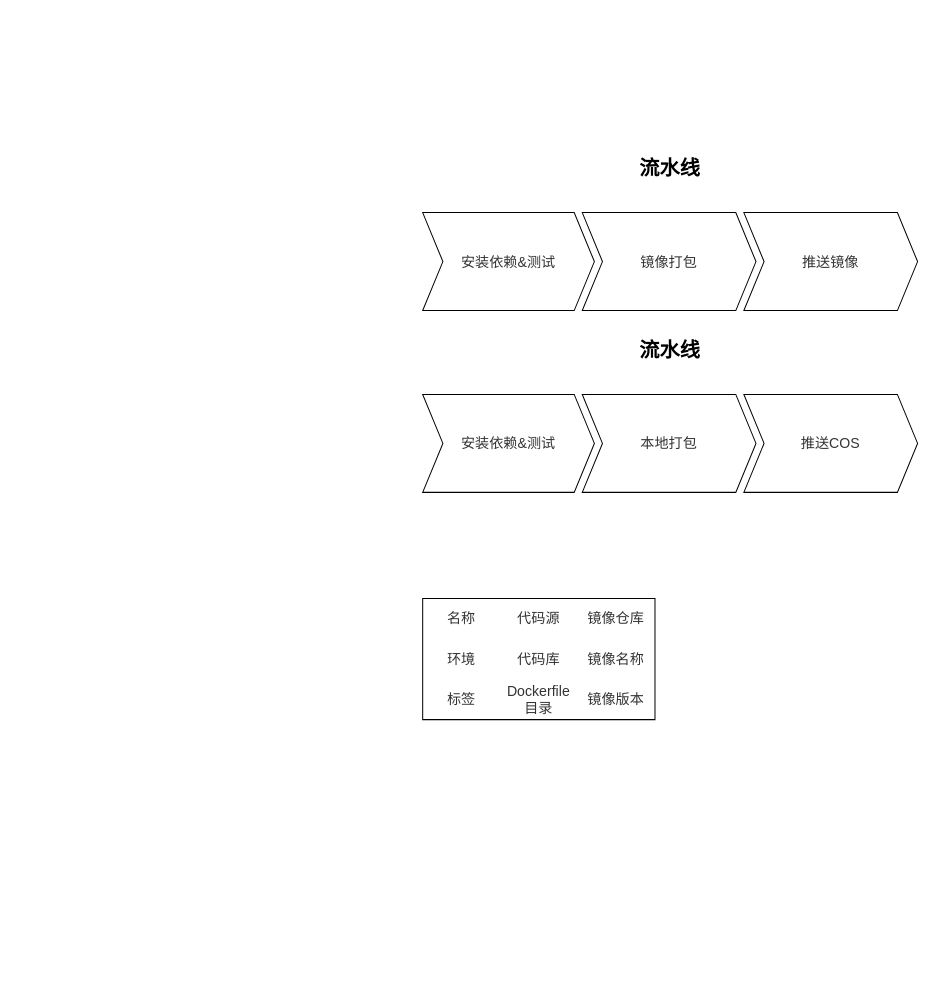
Earlier version of the draw.io diagram pipeline.drawio (1226151667/draw). Source tidied: cells renumbered, new cells numbered last; positions are measured from the earlier drawing's top-left corner, leaving out a move shared by most shapes. Both pictures are drawn from the tidied source at 101%, with x=0, y=0 at pixel (412, 179).
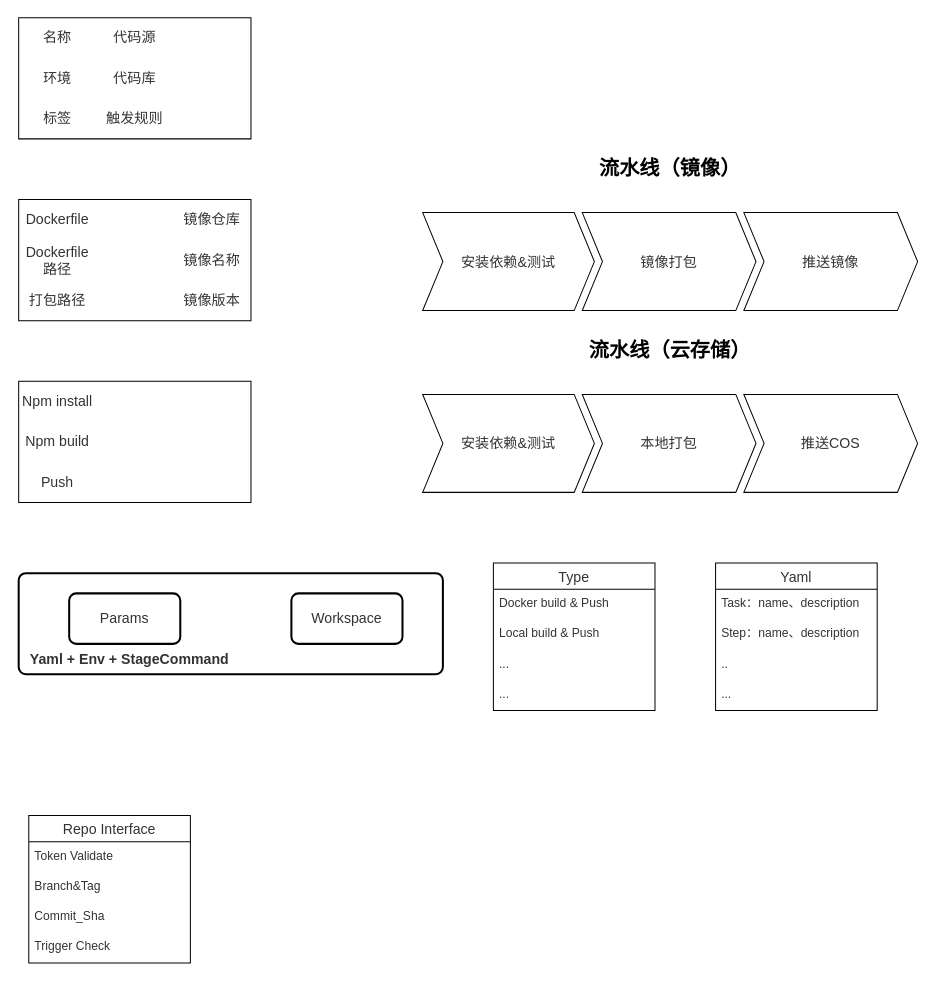
After the change.

Unchanged cells that the change refers to:
```xml
<mxCell id="7" style="shape=tableRow;horizontal=0;startSize=0;swimlaneHead=0;swimlaneBody=0;top=0;left=0;bottom=0;right=0;fillColor=none;strokeWidth=1;fontSize=14;fontColor=#333333;" parent="6" vertex="1">
  <mxGeometry width="230" height="40" as="geometry" />
</mxCell>
<mxCell id="11" style="shape=tableRow;horizontal=0;startSize=0;swimlaneHead=0;swimlaneBody=0;top=0;left=0;bottom=0;right=0;fillColor=none;strokeWidth=1;fontSize=14;fontColor=#333333;" parent="6" vertex="1">
  <mxGeometry y="40" width="230" height="40" as="geometry" />
</mxCell>
<mxCell id="15" style="shape=tableRow;horizontal=0;startSize=0;swimlaneHead=0;swimlaneBody=0;top=0;left=0;bottom=0;right=0;fillColor=none;strokeWidth=1;fontSize=14;fontColor=#333333;" parent="6" vertex="1">
  <mxGeometry y="80" width="230" height="40" as="geometry" />
</mxCell>
```

Diff of the diagram source:
```diff
@@
-    <mxCell id="2" value="&lt;font style=&quot;font-size: 20px;&quot;&gt;流水线&lt;br&gt;&lt;br&gt;&lt;br&gt;&lt;/font&gt;" style="swimlane;horizontal=1;fillColor=none;strokeColor=none;stackBorder=10;align=center;fontColor=#000000;whiteSpace=wrap;html=1;strokeWidth=1;fontSize=14;" parent="1" vertex="1">
+    <mxCell id="2" value="&lt;font style=&quot;font-size: 20px;&quot;&gt;流水线（镜像）&lt;br&gt;&lt;br&gt;&lt;br&gt;&lt;/font&gt;" style="swimlane;horizontal=1;fillColor=none;strokeColor=none;stackBorder=10;align=center;fontColor=#000000;whiteSpace=wrap;html=1;strokeWidth=1;fontSize=14;" parent="1" vertex="1">
       <mxGeometry width="510" height="140" as="geometry" />
     </mxCell>
@@
     <mxCell id="6" style="shape=table;html=1;whiteSpace=wrap;startSize=0;childLayout=tableLayout;columnLines=0;rowLines=0;strokeWidth=1;fontSize=14;fontColor=#333333;" parent="1" vertex="1">
-      <mxGeometry x="10" y="415" width="230" height="120" as="geometry" />
+      <mxGeometry x="-390" y="-160" width="230" height="120" as="geometry" />
     </mxCell>
@@
-    <mxCell id="10" value="镜像仓库" style="shape=partialRectangle;html=1;whiteSpace=wrap;fillColor=none;top=0;left=0;bottom=0;right=0;overflow=hidden;fontSize=14;strokeWidth=1;fontColor=#333333;" parent="7" vertex="1">
+    <mxCell id="10" style="shape=partialRectangle;html=1;whiteSpace=wrap;fillColor=none;top=0;left=0;bottom=0;right=0;overflow=hidden;fontSize=14;strokeWidth=1;fontColor=#333333;" parent="7" vertex="1">
       <mxGeometry x="153" width="77" height="40" as="geometry" />
     </mxCell>
@@
-    <mxCell id="14" value="镜像名称" style="shape=partialRectangle;html=1;whiteSpace=wrap;fillColor=none;top=0;left=0;bottom=0;right=0;overflow=hidden;fontSize=14;strokeWidth=1;fontColor=#333333;" parent="11" vertex="1">
+    <mxCell id="14" style="shape=partialRectangle;html=1;whiteSpace=wrap;fillColor=none;top=0;left=0;bottom=0;right=0;overflow=hidden;fontSize=14;strokeWidth=1;fontColor=#333333;" parent="11" vertex="1">
       <mxGeometry x="153" width="77" height="40" as="geometry" />
     </mxCell>
@@
-    <mxCell id="17" value="Dockerfile目录" style="shape=partialRectangle;html=1;whiteSpace=wrap;fillColor=none;top=0;left=0;bottom=0;right=0;overflow=hidden;fontSize=14;strokeWidth=1;fontColor=#333333;" parent="15" vertex="1">
+    <mxCell id="17" value="触发规则" style="shape=partialRectangle;html=1;whiteSpace=wrap;fillColor=none;top=0;left=0;bottom=0;right=0;overflow=hidden;fontSize=14;strokeWidth=1;fontColor=#333333;" parent="15" vertex="1">
       <mxGeometry x="77" width="76" height="40" as="geometry" />
     </mxCell>
-    <mxCell id="18" value="镜像版本" style="shape=partialRectangle;html=1;whiteSpace=wrap;fillColor=none;top=0;left=0;bottom=0;right=0;overflow=hidden;fontSize=14;strokeWidth=1;fontColor=#333333;" parent="15" vertex="1">
+    <mxCell id="18" style="shape=partialRectangle;html=1;whiteSpace=wrap;fillColor=none;top=0;left=0;bottom=0;right=0;overflow=hidden;fontSize=14;strokeWidth=1;fontColor=#333333;" parent="15" vertex="1">
       <mxGeometry x="153" width="77" height="40" as="geometry" />
     </mxCell>
-    <mxCell id="19" value="&lt;font style=&quot;font-size: 20px;&quot;&gt;流水线&lt;br&gt;&lt;br&gt;&lt;br&gt;&lt;/font&gt;" style="swimlane;horizontal=1;fillColor=none;strokeColor=none;stackBorder=10;align=center;fontColor=#000000;whiteSpace=wrap;html=1;strokeWidth=1;fontSize=14;" parent="1" vertex="1">
+    <mxCell id="19" value="&lt;font style=&quot;font-size: 20px;&quot;&gt;流水线（云存储）&lt;br&gt;&lt;br&gt;&lt;br&gt;&lt;/font&gt;" style="swimlane;horizontal=1;fillColor=none;strokeColor=none;stackBorder=10;align=center;fontColor=#000000;whiteSpace=wrap;html=1;strokeWidth=1;fontSize=14;" parent="1" vertex="1">
       <mxGeometry y="180" width="510" height="140" as="geometry" />
     </mxCell>
@@
+    <mxCell id="23" style="shape=table;html=1;whiteSpace=wrap;startSize=0;childLayout=tableLayout;columnLines=0;rowLines=0;strokeWidth=1;fontSize=14;fontColor=#333333;" parent="1" vertex="1">
+      <mxGeometry x="-390" y="20" width="230" height="120" as="geometry" />
+    </mxCell>
+    <mxCell id="24" style="shape=tableRow;horizontal=0;startSize=0;swimlaneHead=0;swimlaneBody=0;top=0;left=0;bottom=0;right=0;fillColor=none;strokeWidth=1;fontSize=14;fontColor=#333333;" parent="23" vertex="1">
+      <mxGeometry width="230" height="40" as="geometry" />
+    </mxCell>
+    <mxCell id="25" value="Dockerfile" style="shape=partialRectangle;html=1;whiteSpace=wrap;fillColor=none;top=0;left=0;bottom=0;right=0;overflow=hidden;fontSize=14;strokeWidth=1;fontColor=#333333;" parent="24" vertex="1">
+      <mxGeometry width="77" height="40" as="geometry" />
+    </mxCell>
+    <mxCell id="26" style="shape=partialRectangle;html=1;whiteSpace=wrap;fillColor=none;top=0;left=0;bottom=0;right=0;overflow=hidden;fontSize=14;strokeWidth=1;fontColor=#333333;" parent="24" vertex="1">
+      <mxGeometry x="77" width="76" height="40" as="geometry" />
+    </mxCell>
+    <mxCell id="27" value="镜像仓库" style="shape=partialRectangle;html=1;whiteSpace=wrap;fillColor=none;top=0;left=0;bottom=0;right=0;overflow=hidden;fontSize=14;strokeWidth=1;fontColor=#333333;" parent="24" vertex="1">
+      <mxGeometry x="153" width="77" height="40" as="geometry" />
+    </mxCell>
+    <mxCell id="28" style="shape=tableRow;horizontal=0;startSize=0;swimlaneHead=0;swimlaneBody=0;top=0;left=0;bottom=0;right=0;fillColor=none;strokeWidth=1;fontSize=14;fontColor=#333333;" parent="23" vertex="1">
+      <mxGeometry y="40" width="230" height="40" as="geometry" />
+    </mxCell>
+    <mxCell id="29" value="Dockerfile路径" style="shape=partialRectangle;html=1;whiteSpace=wrap;fillColor=none;top=0;left=0;bottom=0;right=0;overflow=hidden;fontSize=14;strokeWidth=1;fontColor=#333333;" parent="28" vertex="1">
+      <mxGeometry width="77" height="40" as="geometry" />
+    </mxCell>
+    <mxCell id="30" style="shape=partialRectangle;html=1;whiteSpace=wrap;fillColor=none;top=0;left=0;bottom=0;right=0;overflow=hidden;fontSize=14;strokeWidth=1;fontColor=#333333;" parent="28" vertex="1">
+      <mxGeometry x="77" width="76" height="40" as="geometry" />
+    </mxCell>
+    <mxCell id="31" value="镜像名称" style="shape=partialRectangle;html=1;whiteSpace=wrap;fillColor=none;top=0;left=0;bottom=0;right=0;overflow=hidden;fontSize=14;strokeWidth=1;fontColor=#333333;" parent="28" vertex="1">
+      <mxGeometry x="153" width="77" height="40" as="geometry" />
+    </mxCell>
+    <mxCell id="32" style="shape=tableRow;horizontal=0;startSize=0;swimlaneHead=0;swimlaneBody=0;top=0;left=0;bottom=0;right=0;fillColor=none;strokeWidth=1;fontSize=14;fontColor=#333333;" parent="23" vertex="1">
+      <mxGeometry y="80" width="230" height="40" as="geometry" />
+    </mxCell>
+    <mxCell id="33" value="打包路径" style="shape=partialRectangle;html=1;whiteSpace=wrap;fillColor=none;top=0;left=0;bottom=0;right=0;overflow=hidden;fontSize=14;strokeWidth=1;fontColor=#333333;" parent="32" vertex="1">
+      <mxGeometry width="77" height="40" as="geometry" />
+    </mxCell>
+    <mxCell id="34" style="shape=partialRectangle;html=1;whiteSpace=wrap;fillColor=none;top=0;left=0;bottom=0;right=0;overflow=hidden;fontSize=14;strokeWidth=1;fontColor=#333333;" parent="32" vertex="1">
+      <mxGeometry x="77" width="76" height="40" as="geometry" />
+    </mxCell>
+    <mxCell id="35" value="镜像版本" style="shape=partialRectangle;html=1;whiteSpace=wrap;fillColor=none;top=0;left=0;bottom=0;right=0;overflow=hidden;fontSize=14;strokeWidth=1;fontColor=#333333;" parent="32" vertex="1">
+      <mxGeometry x="153" width="77" height="40" as="geometry" />
+    </mxCell>
+    <mxCell id="36" style="shape=table;html=1;whiteSpace=wrap;startSize=0;childLayout=tableLayout;columnLines=0;rowLines=0;strokeWidth=1;fontSize=14;fontColor=#333333;" parent="1" vertex="1">
+      <mxGeometry x="-390" y="200" width="230" height="120" as="geometry" />
+    </mxCell>
+    <mxCell id="37" style="shape=tableRow;horizontal=0;startSize=0;swimlaneHead=0;swimlaneBody=0;top=0;left=0;bottom=0;right=0;fillColor=none;strokeWidth=1;fontSize=14;fontColor=#333333;" parent="36" vertex="1">
+      <mxGeometry width="230" height="40" as="geometry" />
+    </mxCell>
+    <mxCell id="38" value="Npm install" style="shape=partialRectangle;html=1;whiteSpace=wrap;fillColor=none;top=0;left=0;bottom=0;right=0;overflow=hidden;fontSize=14;strokeWidth=1;fontColor=#333333;" parent="37" vertex="1">
+      <mxGeometry width="77" height="40" as="geometry" />
+    </mxCell>
+    <mxCell id="39" style="shape=partialRectangle;html=1;whiteSpace=wrap;fillColor=none;top=0;left=0;bottom=0;right=0;overflow=hidden;fontSize=14;strokeWidth=1;fontColor=#333333;" parent="37" vertex="1">
+      <mxGeometry x="77" width="76" height="40" as="geometry" />
+    </mxCell>
+    <mxCell id="40" style="shape=partialRectangle;html=1;whiteSpace=wrap;fillColor=none;top=0;left=0;bottom=0;right=0;overflow=hidden;fontSize=14;strokeWidth=1;fontColor=#333333;" parent="37" vertex="1">
+      <mxGeometry x="153" width="77" height="40" as="geometry" />
+    </mxCell>
+    <mxCell id="41" style="shape=tableRow;horizontal=0;startSize=0;swimlaneHead=0;swimlaneBody=0;top=0;left=0;bottom=0;right=0;fillColor=none;strokeWidth=1;fontSize=14;fontColor=#333333;" parent="36" vertex="1">
+      <mxGeometry y="40" width="230" height="40" as="geometry" />
+    </mxCell>
+    <mxCell id="42" value="Npm build" style="shape=partialRectangle;html=1;whiteSpace=wrap;fillColor=none;top=0;left=0;bottom=0;right=0;overflow=hidden;fontSize=14;strokeWidth=1;fontColor=#333333;" parent="41" vertex="1">
+      <mxGeometry width="77" height="40" as="geometry" />
+    </mxCell>
+    <mxCell id="43" style="shape=partialRectangle;html=1;whiteSpace=wrap;fillColor=none;top=0;left=0;bottom=0;right=0;overflow=hidden;fontSize=14;strokeWidth=1;fontColor=#333333;" parent="41" vertex="1">
+      <mxGeometry x="77" width="76" height="40" as="geometry" />
+    </mxCell>
+    <mxCell id="44" style="shape=partialRectangle;html=1;whiteSpace=wrap;fillColor=none;top=0;left=0;bottom=0;right=0;overflow=hidden;fontSize=14;strokeWidth=1;fontColor=#333333;" parent="41" vertex="1">
+      <mxGeometry x="153" width="77" height="40" as="geometry" />
+    </mxCell>
+    <mxCell id="45" style="shape=tableRow;horizontal=0;startSize=0;swimlaneHead=0;swimlaneBody=0;top=0;left=0;bottom=0;right=0;fillColor=none;strokeWidth=1;fontSize=14;fontColor=#333333;" parent="36" vertex="1">
+      <mxGeometry y="80" width="230" height="40" as="geometry" />
+    </mxCell>
+    <mxCell id="46" value="Push" style="shape=partialRectangle;html=1;whiteSpace=wrap;fillColor=none;top=0;left=0;bottom=0;right=0;overflow=hidden;fontSize=14;strokeWidth=1;fontColor=#333333;" parent="45" vertex="1">
+      <mxGeometry width="77" height="40" as="geometry" />
+    </mxCell>
+    <mxCell id="47" style="shape=partialRectangle;html=1;whiteSpace=wrap;fillColor=none;top=0;left=0;bottom=0;right=0;overflow=hidden;fontSize=14;strokeWidth=1;fontColor=#333333;" parent="45" vertex="1">
+      <mxGeometry x="77" width="76" height="40" as="geometry" />
+    </mxCell>
+    <mxCell id="48" style="shape=partialRectangle;html=1;whiteSpace=wrap;fillColor=none;top=0;left=0;bottom=0;right=0;overflow=hidden;fontSize=14;strokeWidth=1;fontColor=#333333;" parent="45" vertex="1">
+      <mxGeometry x="153" width="77" height="40" as="geometry" />
+    </mxCell>
+    <mxCell id="49" value="Repo Interface" style="swimlane;fontStyle=0;horizontal=1;startSize=26;align=center;fontSize=14;strokeWidth=1;fontColor=#333333;" parent="1" vertex="1">
+      <mxGeometry x="-380" y="630" width="160" height="146" as="geometry" />
+    </mxCell>
+    <mxCell id="50" value="Token Validate" style="text;strokeColor=none;fillColor=none;spacingLeft=4;spacingRight=4;overflow=hidden;fontSize=12;strokeWidth=1;fontColor=#333333;" parent="49" vertex="1">
+      <mxGeometry y="26" width="160" height="30" as="geometry" />
+    </mxCell>
+    <mxCell id="51" value="Branch&amp;Tag" style="text;strokeColor=none;fillColor=none;spacingLeft=4;spacingRight=4;overflow=hidden;fontSize=12;strokeWidth=1;fontColor=#333333;" parent="49" vertex="1">
+      <mxGeometry y="56" width="160" height="30" as="geometry" />
+    </mxCell>
+    <mxCell id="52" value="Commit_Sha" style="text;strokeColor=none;fillColor=none;spacingLeft=4;spacingRight=4;overflow=hidden;fontSize=12;strokeWidth=1;fontColor=#333333;" parent="49" vertex="1">
+      <mxGeometry y="86" width="160" height="30" as="geometry" />
+    </mxCell>
+    <mxCell id="53" value="Trigger Check" style="text;strokeColor=none;fillColor=none;spacingLeft=4;spacingRight=4;overflow=hidden;fontSize=12;strokeWidth=1;fontColor=#333333;" parent="49" vertex="1">
+      <mxGeometry y="116" width="160" height="30" as="geometry" />
+    </mxCell>
+    <mxCell id="54" style="rounded=1;whiteSpace=wrap;html=1;absoluteArcSize=1;arcSize=14;strokeWidth=2;fontSize=14;fontColor=#333333;" parent="1" vertex="1">
+      <mxGeometry x="-390" y="390" width="420" height="100" as="geometry" />
+    </mxCell>
+    <mxCell id="55" value="Params" style="rounded=1;whiteSpace=wrap;html=1;absoluteArcSize=1;arcSize=14;strokeWidth=2;fontSize=14;fontColor=#333333;" parent="1" vertex="1">
+      <mxGeometry x="-340" y="410" width="110" height="50" as="geometry" />
+    </mxCell>
+    <mxCell id="56" value="Workspace" style="rounded=1;whiteSpace=wrap;html=1;absoluteArcSize=1;arcSize=14;strokeWidth=2;fontSize=14;fontColor=#333333;" parent="1" vertex="1">
+      <mxGeometry x="-120" y="410" width="110" height="50" as="geometry" />
+    </mxCell>
+    <mxCell id="57" value="Yaml + Env + StageCommand" style="text;html=1;strokeColor=none;fillColor=none;align=center;verticalAlign=middle;whiteSpace=wrap;rounded=0;strokeWidth=1;fontSize=14;fontColor=#333333;fontStyle=1;" parent="1" vertex="1">
+      <mxGeometry x="-390" y="460" width="220" height="30" as="geometry" />
+    </mxCell>
+    <mxCell id="58" value="Type" style="swimlane;fontStyle=0;horizontal=1;startSize=26;align=center;fontSize=14;strokeWidth=1;fontColor=#333333;" parent="1" vertex="1">
+      <mxGeometry x="80" y="380" width="160" height="146" as="geometry" />
+    </mxCell>
+    <mxCell id="59" value="Docker build &amp; Push" style="text;strokeColor=none;fillColor=none;spacingLeft=4;spacingRight=4;overflow=hidden;fontSize=12;strokeWidth=1;fontColor=#333333;" parent="58" vertex="1">
+      <mxGeometry y="26" width="160" height="30" as="geometry" />
+    </mxCell>
+    <mxCell id="60" value="Local build &amp; Push" style="text;strokeColor=none;fillColor=none;spacingLeft=4;spacingRight=4;overflow=hidden;fontSize=12;strokeWidth=1;fontColor=#333333;" parent="58" vertex="1">
+      <mxGeometry y="56" width="160" height="30" as="geometry" />
+    </mxCell>
+    <mxCell id="61" value="..." style="text;strokeColor=none;fillColor=none;spacingLeft=4;spacingRight=4;overflow=hidden;fontSize=12;strokeWidth=1;fontColor=#333333;" parent="58" vertex="1">
+      <mxGeometry y="86" width="160" height="30" as="geometry" />
+    </mxCell>
+    <mxCell id="62" value="..." style="text;strokeColor=none;fillColor=none;spacingLeft=4;spacingRight=4;overflow=hidden;fontSize=12;strokeWidth=1;fontColor=#333333;" parent="58" vertex="1">
+      <mxGeometry y="116" width="160" height="30" as="geometry" />
+    </mxCell>
+    <mxCell id="63" value="Yaml" style="swimlane;fontStyle=0;horizontal=1;startSize=26;align=center;fontSize=14;strokeWidth=1;fontColor=#333333;" parent="1" vertex="1">
+      <mxGeometry x="300" y="380" width="160" height="146" as="geometry" />
+    </mxCell>
+    <mxCell id="64" value="Task：name、description" style="text;strokeColor=none;fillColor=none;spacingLeft=4;spacingRight=4;overflow=hidden;fontSize=12;strokeWidth=1;fontColor=#333333;" parent="63" vertex="1">
+      <mxGeometry y="26" width="160" height="30" as="geometry" />
+    </mxCell>
+    <mxCell id="65" value="Step：name、description" style="text;strokeColor=none;fillColor=none;spacingLeft=4;spacingRight=4;overflow=hidden;fontSize=12;strokeWidth=1;fontColor=#333333;" parent="63" vertex="1">
+      <mxGeometry y="56" width="160" height="30" as="geometry" />
+    </mxCell>
+    <mxCell id="66" value=".." style="text;strokeColor=none;fillColor=none;spacingLeft=4;spacingRight=4;overflow=hidden;fontSize=12;strokeWidth=1;fontColor=#333333;" parent="63" vertex="1">
+      <mxGeometry y="86" width="160" height="30" as="geometry" />
+    </mxCell>
+    <mxCell id="67" value="..." style="text;strokeColor=none;fillColor=none;spacingLeft=4;spacingRight=4;overflow=hidden;fontSize=12;strokeWidth=1;fontColor=#333333;" parent="63" vertex="1">
+      <mxGeometry y="116" width="160" height="30" as="geometry" />
+    </mxCell>
```
